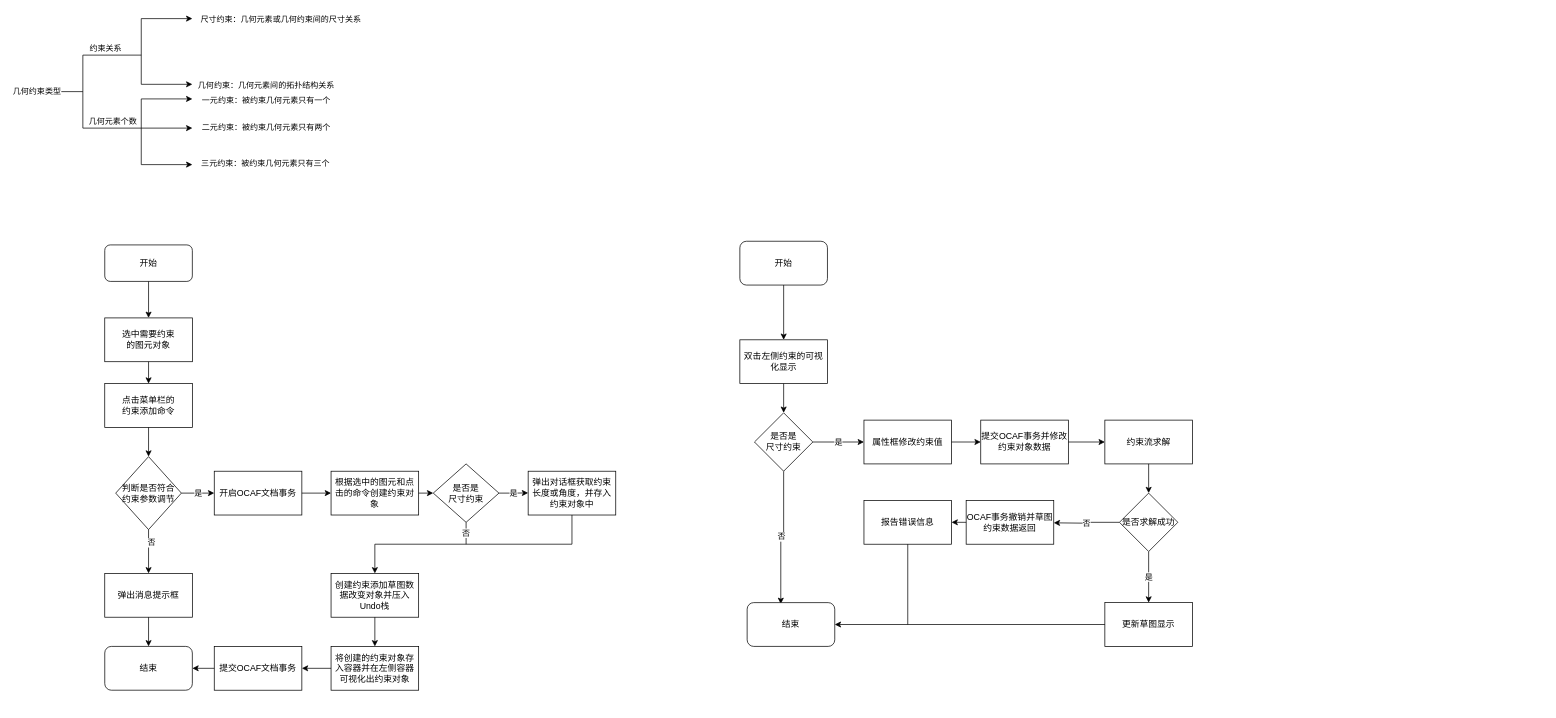
Earlier version of the draw.io diagram 约束类型分别.drawio (liuhuliuhu123/First-test). Source tidied: cells renumbered, new cells numbered last; positions are measured from the earlier drawing's top-left corner, leaving out a move shared by most shapes. Both pictures are drawn from the tidied source at 73%, with x=0, y=0 at pixel (24, 18).
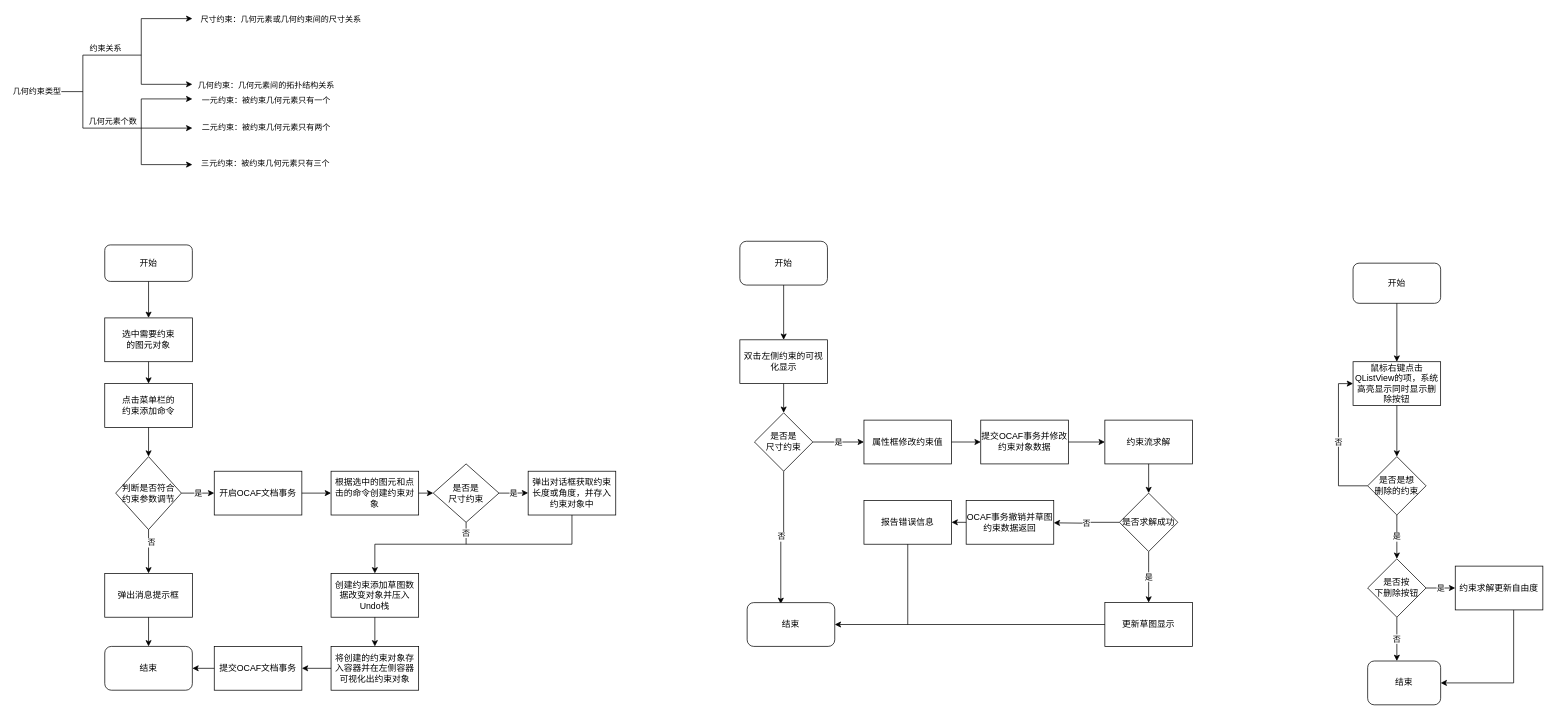
Above is the later version.

Commit message:
约束分类与管理.drawio

Diff of the diagram source:
```diff
@@
+    <mxCell id="68" value="开始" style="rounded=1;whiteSpace=wrap;html=1;" parent="1" vertex="1">
+      <mxGeometry x="1820" y="335" width="120" height="55" as="geometry" />
+    </mxCell>
+    <mxCell id="69" style="endArrow=classic;html=1;rounded=0;exitX=0.5;exitY=1;exitDx=0;exitDy=0;" parent="1" edge="1" source="68">
+      <mxGeometry relative="1" as="geometry">
+        <mxPoint x="1880" y="470" as="targetPoint" />
+      </mxGeometry>
+    </mxCell>
+    <mxCell id="70" value="鼠标右键点击QListView的项，系统高亮显示同时显示删除按钮" style="rounded=0;whiteSpace=wrap;html=1;" parent="1" vertex="1">
+      <mxGeometry x="1820" y="470" width="120" height="60" as="geometry" />
+    </mxCell>
+    <mxCell id="71" style="endArrow=classic;html=1;rounded=0;exitX=0.5;exitY=1;exitDx=0;exitDy=0;" parent="1" edge="1" source="70">
+      <mxGeometry relative="1" as="geometry">
+        <mxPoint x="1880" y="600" as="targetPoint" />
+      </mxGeometry>
+    </mxCell>
+    <mxCell id="72" value="否" style="edgeStyle=orthogonalEdgeStyle;rounded=0;jettySize=auto;html=1;exitX=0;exitY=0.5;exitDx=0;exitDy=0;entryX=0;entryY=0.5;entryDx=0;entryDy=0;" parent="1" edge="1" source="74" target="70">
+      <mxGeometry relative="1" as="geometry" />
+    </mxCell>
+    <mxCell id="73" value="是" style="edgeStyle=orthogonalEdgeStyle;rounded=0;jettySize=auto;html=1;" parent="1" edge="1" source="74">
+      <mxGeometry relative="1" as="geometry">
+        <mxPoint x="1880" y="740" as="targetPoint" />
+      </mxGeometry>
+    </mxCell>
+    <mxCell id="74" value="是否是想&lt;br&gt;删除的约束" style="rhombus;whiteSpace=wrap;html=1;" parent="1" vertex="1">
+      <mxGeometry x="1840" y="600" width="80" height="80" as="geometry" />
+    </mxCell>
+    <mxCell id="75" value="是" style="edgeStyle=orthogonalEdgeStyle;rounded=0;jettySize=auto;html=1;" parent="1" edge="1" source="77">
+      <mxGeometry relative="1" as="geometry">
+        <mxPoint x="1960" y="780" as="targetPoint" />
+      </mxGeometry>
+    </mxCell>
+    <mxCell id="76" value="否" style="edgeStyle=orthogonalEdgeStyle;rounded=0;jettySize=auto;html=1;" parent="1" edge="1" source="77">
+      <mxGeometry relative="1" as="geometry">
+        <mxPoint x="1880" y="880" as="targetPoint" />
+      </mxGeometry>
+    </mxCell>
+    <mxCell id="77" value="是否按&lt;br&gt;下删除按钮" style="rhombus;whiteSpace=wrap;html=1;" parent="1" vertex="1">
+      <mxGeometry x="1840" y="740" width="80" height="80" as="geometry" />
+    </mxCell>
+    <mxCell id="78" value="结束" style="rounded=1;whiteSpace=wrap;html=1;" parent="1" vertex="1">
+      <mxGeometry x="1840" y="880" width="100" height="60" as="geometry" />
+    </mxCell>
+    <mxCell id="79" style="edgeStyle=orthogonalEdgeStyle;rounded=0;jettySize=auto;html=1;entryX=1;entryY=0.5;entryDx=0;entryDy=0;" parent="1" edge="1" source="80" target="78">
+      <mxGeometry relative="1" as="geometry">
+        <Array as="points">
+          <mxPoint x="2040" y="910" />
+        </Array>
+      </mxGeometry>
+    </mxCell>
+    <mxCell id="80" value="约束求解更新自由度" style="rounded=0;whiteSpace=wrap;html=1;" parent="1" vertex="1">
+      <mxGeometry x="1960" y="750" width="120" height="60" as="geometry" />
+    </mxCell>
```
